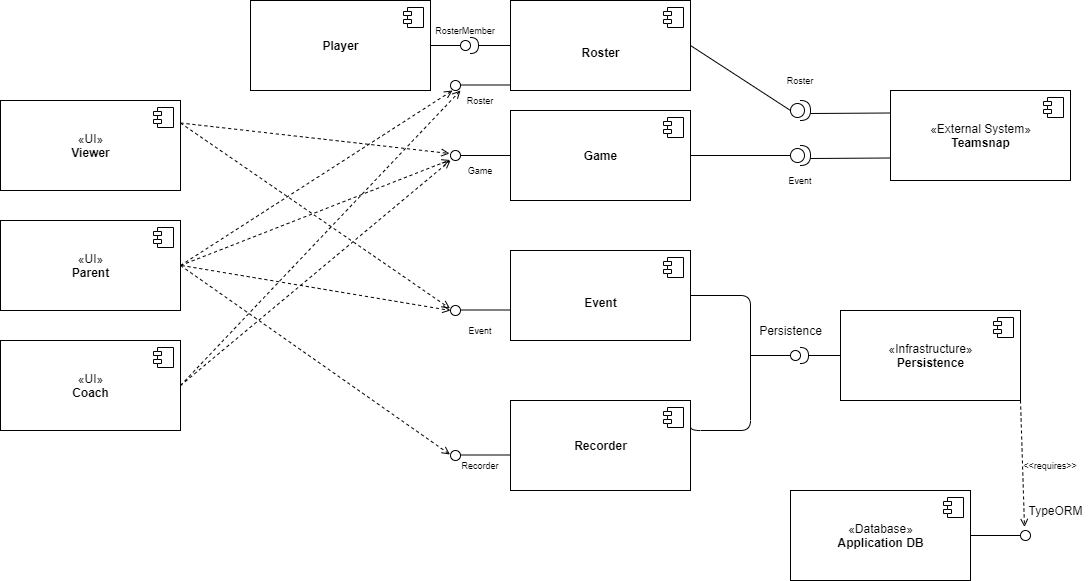
Earlier version of the draw.io export docs/docs/design/images/componentDiagram/component-diagram.png (TaylorZowtuk/measure-what-matters). Source tidied: cells renumbered, new cells last; positions are measured from the earlier drawing's top-left corner, leaving out a move shared by most shapes.
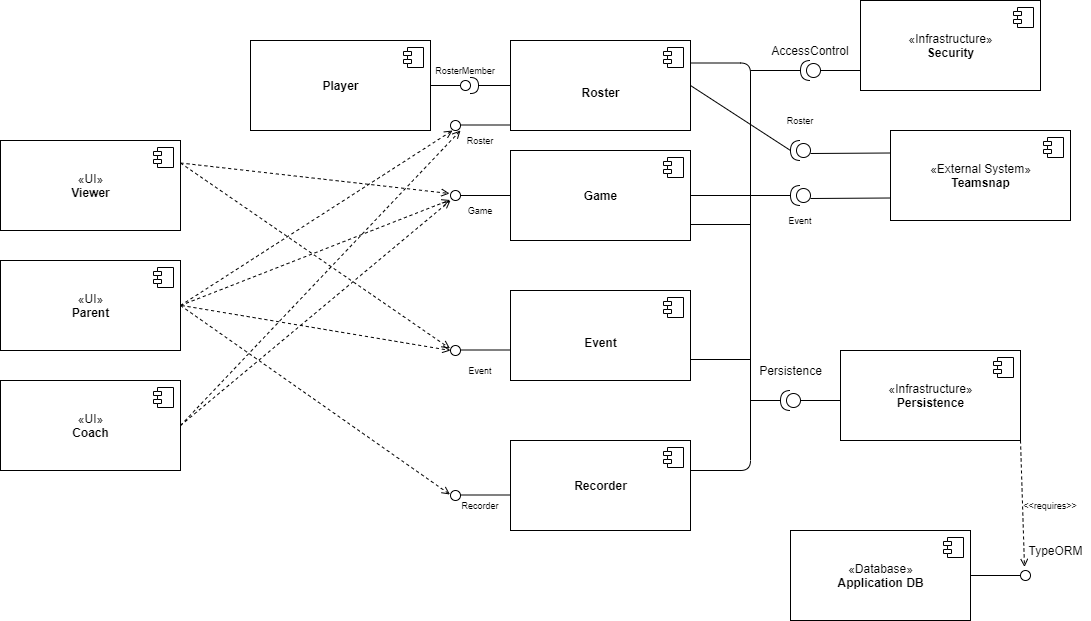
Above is the later version.

Commit message:
move wireframes image, add description

Change to the diagram source:
```diff
@@ -90,10 +90,10 @@
         <mxPoint x="-27" y="7" as="offset" />
       </mxGeometry>
     </mxCell>
-    <mxCell id="24" style="shape=providedRequiredInterface;html=1;verticalLabelPosition=bottom;" parent="1" vertex="1">
+    <mxCell id="24" style="shape=providedRequiredInterface;html=1;verticalLabelPosition=bottom;rotation=-180;" parent="1" vertex="1">
       <mxGeometry x="790" y="100" width="20" height="20" as="geometry" />
     </mxCell>
-    <mxCell id="25" style="shape=providedRequiredInterface;html=1;verticalLabelPosition=bottom;" parent="1" vertex="1">
+    <mxCell id="25" style="shape=providedRequiredInterface;html=1;verticalLabelPosition=bottom;rotation=-180;" parent="1" vertex="1">
       <mxGeometry x="790" y="145" width="20" height="20" as="geometry" />
     </mxCell>
     <mxCell id="26" style="rounded=0;jettySize=auto;html=1;endArrow=none;endFill=0;exitX=1;exitY=0.5;exitDx=0;exitDy=0;" parent="1" edge="1" source="20" target="27">
@@ -115,11 +115,13 @@
         <mxPoint x="810" y="113" as="sourcePoint" />
       </mxGeometry>
     </mxCell>
-    <mxCell id="31" style="endArrow=none;html=1;fontSize=9;entryX=1;entryY=0.5;entryDx=0;entryDy=0;exitX=0;exitY=0.5;exitDx=0;exitDy=0;exitPerimeter=0;" parent="1" edge="1" source="24" target="2">
+    <mxCell id="31" style="endArrow=none;html=1;fontSize=9;entryX=1;entryY=0.5;entryDx=0;entryDy=0;exitX=1;exitY=0.5;exitDx=0;exitDy=0;exitPerimeter=0;" parent="1" edge="1" source="24" target="2">
       <mxGeometry relative="1" as="geometry" />
     </mxCell>
-    <mxCell id="32" style="endArrow=none;html=1;fontSize=9;entryX=1;entryY=0.5;entryDx=0;entryDy=0;exitX=0;exitY=0.5;exitDx=0;exitDy=0;exitPerimeter=0;" parent="1" edge="1" source="25" target="6">
-      <mxGeometry relative="1" as="geometry" />
+    <mxCell id="32" style="endArrow=none;html=1;fontSize=9;entryX=1;entryY=0.5;entryDx=0;entryDy=0;" parent="1" edge="1" target="6">
+      <mxGeometry relative="1" as="geometry">
+        <mxPoint x="790" y="155" as="sourcePoint" />
+      </mxGeometry>
     </mxCell>
     <mxCell id="33" style="rounded=0;jettySize=auto;html=1;endArrow=none;endFill=0;fontSize=9;exitX=1;exitY=0.5;exitDx=0;exitDy=0;" parent="1" edge="1" source="4" target="34">
       <mxGeometry relative="1" as="geometry" />
@@ -220,33 +222,56 @@
     <mxCell id="59" style="endArrow=open;html=1;fontSize=9;exitX=1;exitY=0.25;exitDx=0;exitDy=0;entryX=-0.1;entryY=0.3;entryDx=0;entryDy=0;entryPerimeter=0;dashed=1;endFill=0;" parent="1" edge="1" source="16" target="41">
       <mxGeometry relative="1" as="geometry" />
     </mxCell>
-    <mxCell id="60" style="endArrow=none;html=1;fontSize=9;edgeStyle=orthogonalEdgeStyle;exitX=1;exitY=0.5;exitDx=0;exitDy=0;entryX=1;entryY=0.25;entryDx=0;entryDy=0;" parent="1" edge="1" source="8" target="22">
+    <mxCell id="60" style="endArrow=none;html=1;fontSize=9;edgeStyle=orthogonalEdgeStyle;exitX=1;exitY=0.25;exitDx=0;exitDy=0;" parent="1" edge="1" source="2">
       <mxGeometry relative="1" as="geometry">
+        <mxPoint x="690" y="430" as="targetPoint" />
         <Array as="points">
-          <mxPoint x="750" y="295" />
+          <mxPoint x="750" y="23" />
           <mxPoint x="750" y="430" />
           <mxPoint x="690" y="430" />
         </Array>
       </mxGeometry>
     </mxCell>
-    <mxCell id="61" style="rounded=0;jettySize=auto;html=1;endArrow=none;endFill=0;fontSize=9;" parent="1" edge="1" target="63">
-      <mxGeometry relative="1" as="geometry">
-        <mxPoint x="750" y="355" as="sourcePoint" />
-      </mxGeometry>
-    </mxCell>
-    <mxCell id="62" style="rounded=0;jettySize=auto;html=1;endArrow=halfCircle;endFill=0;endSize=6;strokeWidth=1;fontSize=9;exitX=0;exitY=0.5;exitDx=0;exitDy=0;" parent="1" edge="1" source="18">
-      <mxGeometry relative="1" as="geometry">
-        <mxPoint x="800" y="355" as="targetPoint" />
-      </mxGeometry>
-    </mxCell>
-    <mxCell id="63" style="ellipse;whiteSpace=wrap;html=1;fontFamily=Helvetica;fontSize=12;fontColor=#000000;align=center;strokeColor=#000000;fillColor=#ffffff;points=[];" parent="1" vertex="1">
-      <mxGeometry x="790" y="350" width="10" height="10" as="geometry" />
-    </mxCell>
     <mxCell id="64" value="&lt;span style=&quot;font-size: 12px&quot;&gt;Persistence&lt;/span&gt;" style="text;html=1;align=center;verticalAlign=middle;fontSize=9;" parent="1" vertex="1">
       <mxGeometry x="750" y="320" width="80" height="20" as="geometry" />
     </mxCell>
     <mxCell id="65" value="TypeORM" style="text;html=1;align=center;verticalAlign=middle;" parent="1" vertex="1">
       <mxGeometry x="1020" y="500" width="70" height="20" as="geometry" />
     </mxCell>
+    <mxCell id="66" style="shape=providedRequiredInterface;html=1;verticalLabelPosition=bottom;rotation=-180;" parent="1" vertex="1">
+      <mxGeometry x="780" y="350" width="20" height="20" as="geometry" />
+    </mxCell>
+    <mxCell id="67" style="line;strokeWidth=1;fillColor=none;align=left;verticalAlign=middle;spacingTop=-1;spacingLeft=3;spacingRight=3;labelPosition=right;" parent="1" vertex="1">
+      <mxGeometry x="750" y="356" width="30" height="8" as="geometry" />
+    </mxCell>
+    <mxCell id="68" style="line;strokeWidth=1;fillColor=none;align=left;verticalAlign=middle;spacingTop=-1;spacingLeft=3;spacingRight=3;labelPosition=right;" parent="1" vertex="1">
+      <mxGeometry x="800" y="356" width="40" height="8" as="geometry" />
+    </mxCell>
+    <mxCell id="69" style="line;strokeWidth=1;fillColor=none;align=left;verticalAlign=middle;spacingTop=-1;spacingLeft=3;spacingRight=3;labelPosition=right;" parent="1" vertex="1">
+      <mxGeometry x="690" y="180" width="60" height="8" as="geometry" />
+    </mxCell>
+    <mxCell id="70" style="line;strokeWidth=1;fillColor=none;align=left;verticalAlign=middle;spacingTop=-1;spacingLeft=3;spacingRight=3;labelPosition=right;" parent="1" vertex="1">
+      <mxGeometry x="690" y="315" width="60" height="8" as="geometry" />
+    </mxCell>
+    <mxCell id="71" value="«Infrastructure»&lt;br&gt;&lt;b&gt;Security&lt;/b&gt;" style="html=1;" parent="1" vertex="1">
+      <mxGeometry x="860" y="-40" width="180" height="90" as="geometry" />
+    </mxCell>
+    <mxCell id="72" style="shape=component;jettyWidth=8;jettyHeight=4;" parent="71" vertex="1">
+      <mxGeometry x="1" width="20" height="20" relative="1" as="geometry">
+        <mxPoint x="-27" y="7" as="offset" />
+      </mxGeometry>
+    </mxCell>
+    <mxCell id="73" style="shape=providedRequiredInterface;html=1;verticalLabelPosition=bottom;rotation=-180;" parent="1" vertex="1">
+      <mxGeometry x="800" y="20" width="20" height="20" as="geometry" />
+    </mxCell>
+    <mxCell id="74" style="line;strokeWidth=1;fillColor=none;align=left;verticalAlign=middle;spacingTop=-1;spacingLeft=3;spacingRight=3;labelPosition=right;" parent="1" vertex="1">
+      <mxGeometry x="820" y="26" width="40" height="8" as="geometry" />
+    </mxCell>
+    <mxCell id="75" style="line;strokeWidth=1;fillColor=none;align=left;verticalAlign=middle;spacingTop=-1;spacingLeft=3;spacingRight=3;labelPosition=right;" parent="1" vertex="1">
+      <mxGeometry x="750" y="26" width="50" height="8" as="geometry" />
+    </mxCell>
+    <mxCell id="76" value="AccessControl" style="text;html=1;strokeColor=none;fillColor=none;align=center;verticalAlign=middle;whiteSpace=wrap;rounded=0;" parent="1" vertex="1">
+      <mxGeometry x="790" width="40" height="20" as="geometry" />
+    </mxCell>
   </root>
 </mxGraphModel>
```
